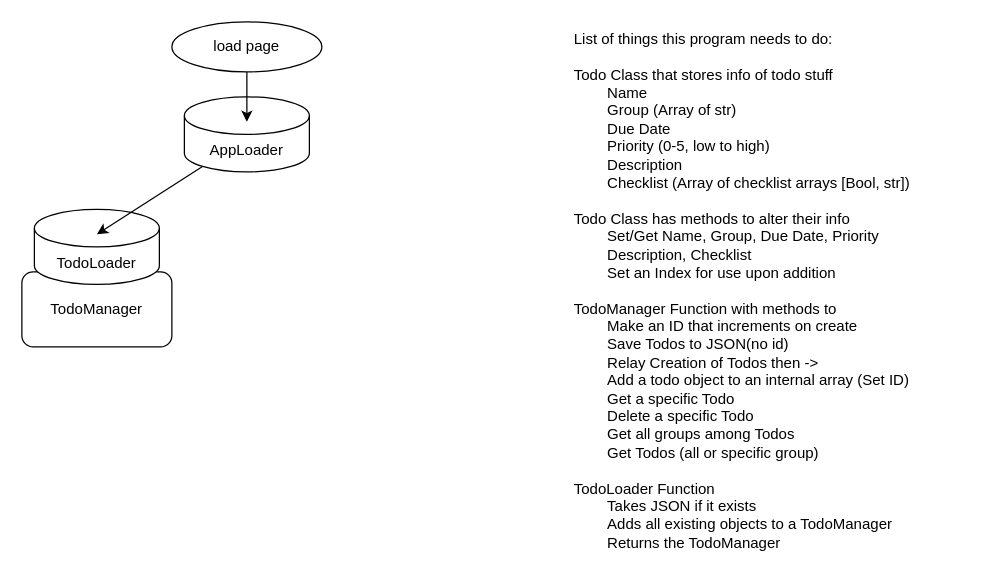
Above: plan.drawio in Larrys-code/To-Do-Project (draw.io), before the change. Source tidied: cells renumbered, new cells numbered last; positions are measured from the earlier drawing's top-left corner, leaving out a move shared by most shapes. Both pictures are drawn from the tidied source at 125%, with x=0, y=0 at pixel (21, 21).
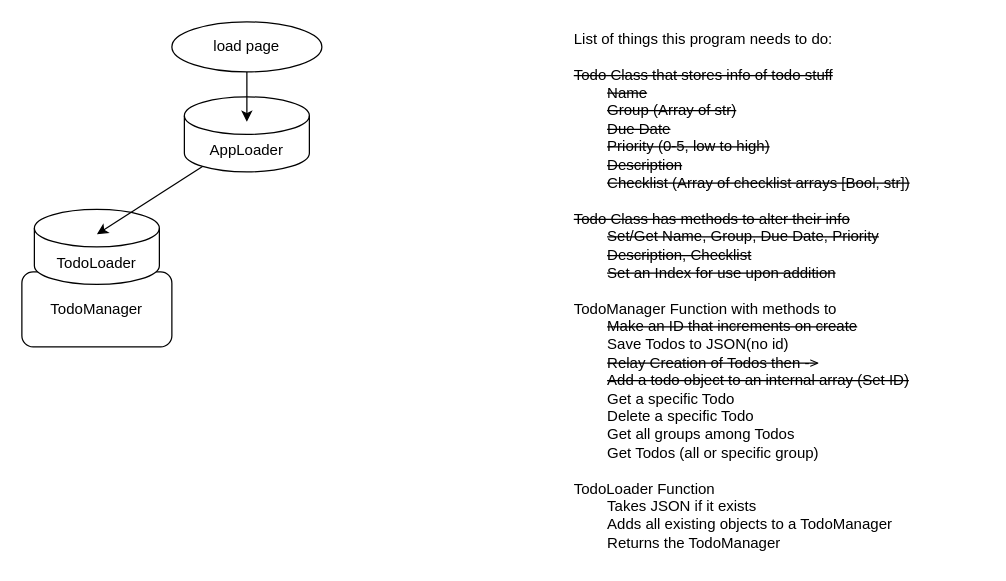
Above is the later version.

Commit message (it also covers changes not shown here):
Make ToDoManager module

Diff of the diagram source:
```diff
@@
 <mxGraphModel>
   <root>
     <mxCell id="0" />
     <mxCell id="1" parent="0" />
     <mxCell id="2" value="AppLoader" style="shape=cylinder3;whiteSpace=wrap;html=1;boundedLbl=1;backgroundOutline=1;size=15;fillColor=default;" parent="1" vertex="1">
       <mxGeometry x="130" y="60" width="100" height="60" as="geometry" />
     </mxCell>
     <mxCell id="3" value="TodoManager" style="rounded=1;whiteSpace=wrap;html=1;fillColor=default;" parent="1" vertex="1">
       <mxGeometry y="200" width="120" height="60" as="geometry" />
     </mxCell>
     <mxCell id="4" value="load page" style="ellipse;whiteSpace=wrap;html=1;" parent="1" vertex="1">
       <mxGeometry x="120" width="120" height="40" as="geometry" />
     </mxCell>
-    <mxCell id="5" value="List of things this program needs to do:&lt;br&gt;&lt;br&gt;&lt;div style=&quot;&quot;&gt;&lt;span style=&quot;background-color: initial;&quot;&gt;Todo Class that stores info of todo stuff&lt;/span&gt;&lt;/div&gt;&lt;div style=&quot;&quot;&gt;&lt;span style=&quot;background-color: initial;&quot;&gt;&lt;span style=&quot;&quot;&gt;&#9;&lt;/span&gt;&lt;span style=&quot;white-space: pre;&quot;&gt;&#9;&lt;/span&gt;Name&lt;br&gt;&lt;/span&gt;&lt;/div&gt;&lt;div style=&quot;&quot;&gt;&lt;span style=&quot;background-color: initial;&quot;&gt;&lt;span style=&quot;&quot;&gt;&#9;&lt;/span&gt;&lt;span style=&quot;white-space: pre;&quot;&gt;&#9;&lt;/span&gt;Group (Array of str)&lt;br&gt;&lt;/span&gt;&lt;/div&gt;&lt;div style=&quot;&quot;&gt;&lt;span style=&quot;background-color: initial;&quot;&gt;&lt;span style=&quot;&quot;&gt;&#9;&lt;/span&gt;&lt;span style=&quot;white-space: pre;&quot;&gt;&#9;&lt;/span&gt;Due Date&lt;br&gt;&lt;/span&gt;&lt;/div&gt;&lt;div style=&quot;&quot;&gt;&lt;span style=&quot;background-color: initial;&quot;&gt;&lt;span style=&quot;&quot;&gt;&#9;&lt;/span&gt;&lt;span style=&quot;white-space: pre;&quot;&gt;&#9;&lt;/span&gt;Priority (0-5, low to high)&lt;br&gt;&lt;/span&gt;&lt;/div&gt;&lt;div style=&quot;&quot;&gt;&lt;/div&gt;&lt;div style=&quot;&quot;&gt;&lt;span style=&quot;background-color: initial;&quot;&gt;&lt;span style=&quot;&quot;&gt;&#9;&lt;/span&gt;&lt;span style=&quot;white-space: pre;&quot;&gt;&#9;&lt;/span&gt;Description&lt;br&gt;&lt;/span&gt;&lt;/div&gt;&lt;div style=&quot;&quot;&gt;&lt;span style=&quot;background-color: initial;&quot;&gt;&lt;span style=&quot;&quot;&gt;&#9;&lt;/span&gt;&lt;span style=&quot;white-space: pre;&quot;&gt;&#9;&lt;/span&gt;Checklist (Array of checklist arrays [Bool, str])&lt;br&gt;&lt;/span&gt;&lt;/div&gt;&lt;div style=&quot;&quot;&gt;&lt;span style=&quot;background-color: initial;&quot;&gt;&lt;span style=&quot;&quot;&gt;&#9;&lt;/span&gt;&lt;br&gt;&lt;/span&gt;&lt;/div&gt;&lt;div style=&quot;&quot;&gt;&lt;span style=&quot;background-color: initial;&quot;&gt;Todo Class has methods to alter their info&lt;/span&gt;&lt;/div&gt;&lt;div style=&quot;&quot;&gt;&lt;span style=&quot;background-color: initial;&quot;&gt;&lt;span style=&quot;&quot;&gt;&#9;&lt;/span&gt;&lt;span style=&quot;white-space: pre;&quot;&gt;&#9;&lt;/span&gt;Set/Get Name, Group, Due Date, Priority&lt;br&gt;&lt;/span&gt;&lt;/div&gt;&lt;div style=&quot;&quot;&gt;&lt;span style=&quot;background-color: initial;&quot;&gt;&lt;span style=&quot;&quot;&gt;&#9;&lt;/span&gt;&lt;span style=&quot;&quot;&gt;&#9;&lt;/span&gt;&lt;span style=&quot;white-space: pre;&quot;&gt;&#9;&lt;/span&gt;Description, Checklist&lt;br&gt;&lt;/span&gt;&lt;/div&gt;&lt;div style=&quot;&quot;&gt;&lt;span style=&quot;background-color: initial;&quot;&gt;&lt;span style=&quot;white-space: pre;&quot;&gt;&#9;&lt;/span&gt;Set an Index for use upon addition&lt;br&gt;&lt;/span&gt;&lt;/div&gt;&lt;div style=&quot;&quot;&gt;&lt;br&gt;&lt;/div&gt;&lt;div style=&quot;&quot;&gt;&lt;span style=&quot;background-color: initial;&quot;&gt;TodoManager Function with methods to&lt;/span&gt;&lt;/div&gt;&lt;div style=&quot;&quot;&gt;&lt;span style=&quot;background-color: initial;&quot;&gt;&lt;span style=&quot;white-space: pre;&quot;&gt;&#9;&lt;/span&gt;Make an ID that increments on create&lt;br&gt;&lt;/span&gt;&lt;/div&gt;&lt;div style=&quot;&quot;&gt;&lt;span style=&quot;white-space: pre;&quot;&gt;&#9;&lt;/span&gt;Save Todos to JSON(no id)&lt;br&gt;&lt;/div&gt;&lt;div style=&quot;&quot;&gt;&lt;span style=&quot;background-color: initial;&quot;&gt;&lt;span style=&quot;white-space: pre;&quot;&gt;&#9;&lt;/span&gt;Relay Creation of Todos then -&amp;gt;&lt;br&gt;&lt;/span&gt;&lt;/div&gt;&lt;div style=&quot;&quot;&gt;&lt;span style=&quot;background-color: initial;&quot;&gt;&lt;span style=&quot;&quot;&gt;&#9;&lt;/span&gt;&lt;span style=&quot;white-space: pre;&quot;&gt;&#9;&lt;/span&gt;Add a todo object to an internal array (Set ID)&lt;/span&gt;&lt;/div&gt;&lt;div style=&quot;&quot;&gt;&lt;span style=&quot;background-color: initial;&quot;&gt;&lt;span style=&quot;white-space: pre;&quot;&gt;&#9;&lt;/span&gt;Get a specific Todo&lt;br&gt;&lt;/span&gt;&lt;/div&gt;&lt;div style=&quot;&quot;&gt;&lt;span style=&quot;background-color: initial;&quot;&gt;&lt;span style=&quot;white-space: pre;&quot;&gt;&#9;&lt;/span&gt;Delete a specific Todo&lt;br&gt;&lt;/span&gt;&lt;/div&gt;&lt;div style=&quot;&quot;&gt;&lt;span style=&quot;background-color: initial;&quot;&gt;&lt;span style=&quot;white-space: pre;&quot;&gt;&#9;&lt;/span&gt;Get all groups among Todos&lt;br&gt;&lt;/span&gt;&lt;/div&gt;&lt;div style=&quot;&quot;&gt;&lt;/div&gt;&lt;div style=&quot;&quot;&gt;&lt;span style=&quot;background-color: initial;&quot;&gt;&lt;span style=&quot;white-space: pre;&quot;&gt;&#9;&lt;/span&gt;Get Todos (all or specific group)&lt;/span&gt;&lt;span style=&quot;background-color: initial; white-space: pre;&quot;&gt;&#9;&lt;/span&gt;&lt;/div&gt;&lt;div style=&quot;&quot;&gt;&lt;br&gt;&lt;/div&gt;&lt;div style=&quot;&quot;&gt;TodoLoader Function&lt;/div&gt;&lt;div style=&quot;&quot;&gt;&lt;span style=&quot;white-space: pre;&quot;&gt;&#9;&lt;/span&gt;Takes JSON if it exists&lt;br&gt;&lt;/div&gt;&lt;div style=&quot;&quot;&gt;&lt;span style=&quot;white-space: pre;&quot;&gt;&#9;&lt;/span&gt;Adds all existing objects to a TodoManager&lt;br&gt;&lt;/div&gt;&lt;div style=&quot;&quot;&gt;&lt;span style=&quot;white-space: pre;&quot;&gt;&#9;&lt;/span&gt;Returns the TodoManager&lt;br&gt;&lt;/div&gt;" style="text;strokeColor=none;align=left;fillColor=none;html=1;verticalAlign=middle;whiteSpace=wrap;rounded=0;" parent="1" vertex="1">
+    <mxCell id="5" value="List of things this program needs to do:&lt;br&gt;&lt;br&gt;&lt;div style=&quot;&quot;&gt;&lt;span style=&quot;background-color: initial;&quot;&gt;&lt;strike&gt;Todo Class that stores info of todo stuff&lt;/strike&gt;&lt;/span&gt;&lt;/div&gt;&lt;div style=&quot;&quot;&gt;&lt;span style=&quot;background-color: initial;&quot;&gt;&lt;strike&gt;&lt;span style=&quot;&quot;&gt;&#9;&lt;/span&gt;&lt;span style=&quot;white-space: pre;&quot;&gt;&#9;&lt;/span&gt;Name&lt;br&gt;&lt;/strike&gt;&lt;/span&gt;&lt;/div&gt;&lt;div style=&quot;&quot;&gt;&lt;span style=&quot;background-color: initial;&quot;&gt;&lt;strike&gt;&lt;span style=&quot;&quot;&gt;&#9;&lt;/span&gt;&lt;span style=&quot;white-space: pre;&quot;&gt;&#9;&lt;/span&gt;Group (Array of str)&lt;br&gt;&lt;/strike&gt;&lt;/span&gt;&lt;/div&gt;&lt;div style=&quot;&quot;&gt;&lt;span style=&quot;background-color: initial;&quot;&gt;&lt;strike&gt;&lt;span style=&quot;&quot;&gt;&#9;&lt;/span&gt;&lt;span style=&quot;white-space: pre;&quot;&gt;&#9;&lt;/span&gt;Due Date&lt;br&gt;&lt;/strike&gt;&lt;/span&gt;&lt;/div&gt;&lt;div style=&quot;&quot;&gt;&lt;span style=&quot;background-color: initial;&quot;&gt;&lt;strike&gt;&lt;span style=&quot;&quot;&gt;&#9;&lt;/span&gt;&lt;span style=&quot;white-space: pre;&quot;&gt;&#9;&lt;/span&gt;Priority (0-5, low to high)&lt;br&gt;&lt;/strike&gt;&lt;/span&gt;&lt;/div&gt;&lt;div style=&quot;&quot;&gt;&lt;/div&gt;&lt;div style=&quot;&quot;&gt;&lt;span style=&quot;background-color: initial;&quot;&gt;&lt;strike&gt;&lt;span style=&quot;&quot;&gt;&#9;&lt;/span&gt;&lt;span style=&quot;white-space: pre;&quot;&gt;&#9;&lt;/span&gt;Description&lt;br&gt;&lt;/strike&gt;&lt;/span&gt;&lt;/div&gt;&lt;div style=&quot;&quot;&gt;&lt;span style=&quot;background-color: initial;&quot;&gt;&lt;strike&gt;&lt;span style=&quot;&quot;&gt;&#9;&lt;/span&gt;&lt;span style=&quot;white-space: pre;&quot;&gt;&#9;&lt;/span&gt;Checklist (Array of checklist arrays [Bool, str])&lt;/strike&gt;&lt;br&gt;&lt;/span&gt;&lt;/div&gt;&lt;div style=&quot;&quot;&gt;&lt;span style=&quot;background-color: initial;&quot;&gt;&lt;span style=&quot;&quot;&gt;&#9;&lt;/span&gt;&lt;br&gt;&lt;/span&gt;&lt;/div&gt;&lt;div style=&quot;&quot;&gt;&lt;span style=&quot;background-color: initial;&quot;&gt;&lt;strike&gt;Todo Class has methods to alter their info&lt;/strike&gt;&lt;/span&gt;&lt;/div&gt;&lt;div style=&quot;&quot;&gt;&lt;span style=&quot;background-color: initial;&quot;&gt;&lt;strike&gt;&lt;span style=&quot;&quot;&gt;&#9;&lt;/span&gt;&lt;span style=&quot;white-space: pre;&quot;&gt;&#9;&lt;/span&gt;Set/Get Name, Group, Due Date, Priority&lt;br&gt;&lt;/strike&gt;&lt;/span&gt;&lt;/div&gt;&lt;div style=&quot;&quot;&gt;&lt;span style=&quot;background-color: initial;&quot;&gt;&lt;strike&gt;&lt;span style=&quot;&quot;&gt;&#9;&lt;/span&gt;&lt;span style=&quot;&quot;&gt;&#9;&lt;/span&gt;&lt;span style=&quot;white-space: pre;&quot;&gt;&#9;&lt;/span&gt;Description, Checklist&lt;br&gt;&lt;/strike&gt;&lt;/span&gt;&lt;/div&gt;&lt;div style=&quot;&quot;&gt;&lt;span style=&quot;background-color: initial;&quot;&gt;&lt;strike&gt;&lt;span style=&quot;white-space: pre;&quot;&gt;&#9;&lt;/span&gt;Set an Index for use upon addition&lt;/strike&gt;&lt;br&gt;&lt;/span&gt;&lt;/div&gt;&lt;div style=&quot;&quot;&gt;&lt;br&gt;&lt;/div&gt;&lt;div style=&quot;&quot;&gt;&lt;span style=&quot;background-color: initial;&quot;&gt;TodoManager Function with methods to&lt;/span&gt;&lt;/div&gt;&lt;div style=&quot;&quot;&gt;&lt;span style=&quot;background-color: initial;&quot;&gt;&lt;span style=&quot;white-space: pre;&quot;&gt;&#9;&lt;/span&gt;&lt;strike&gt;Make an ID that increments on create&lt;/strike&gt;&lt;br&gt;&lt;/span&gt;&lt;/div&gt;&lt;div style=&quot;&quot;&gt;&lt;span style=&quot;white-space: pre;&quot;&gt;&#9;&lt;/span&gt;Save Todos to JSON(no id)&lt;br&gt;&lt;/div&gt;&lt;div style=&quot;&quot;&gt;&lt;span style=&quot;background-color: initial;&quot;&gt;&lt;span style=&quot;white-space: pre;&quot;&gt;&#9;&lt;/span&gt;&lt;strike&gt;Relay Creation of Todos then -&amp;gt;&lt;br&gt;&lt;/strike&gt;&lt;/span&gt;&lt;/div&gt;&lt;div style=&quot;&quot;&gt;&lt;span style=&quot;background-color: initial;&quot;&gt;&lt;strike&gt;&lt;span style=&quot;&quot;&gt;&#9;&lt;/span&gt;&lt;span style=&quot;white-space: pre;&quot;&gt;&#9;&lt;/span&gt;Add a todo object to an internal array (Set ID)&lt;/strike&gt;&lt;/span&gt;&lt;/div&gt;&lt;div style=&quot;&quot;&gt;&lt;span style=&quot;background-color: initial;&quot;&gt;&lt;span style=&quot;white-space: pre;&quot;&gt;&#9;&lt;/span&gt;Get a specific Todo&lt;br&gt;&lt;/span&gt;&lt;/div&gt;&lt;div style=&quot;&quot;&gt;&lt;span style=&quot;background-color: initial;&quot;&gt;&lt;span style=&quot;white-space: pre;&quot;&gt;&#9;&lt;/span&gt;Delete a specific Todo&lt;br&gt;&lt;/span&gt;&lt;/div&gt;&lt;div style=&quot;&quot;&gt;&lt;span style=&quot;background-color: initial;&quot;&gt;&lt;span style=&quot;white-space: pre;&quot;&gt;&#9;&lt;/span&gt;Get all groups among Todos&lt;br&gt;&lt;/span&gt;&lt;/div&gt;&lt;div style=&quot;&quot;&gt;&lt;/div&gt;&lt;div style=&quot;&quot;&gt;&lt;span style=&quot;background-color: initial;&quot;&gt;&lt;span style=&quot;white-space: pre;&quot;&gt;&#9;&lt;/span&gt;Get Todos (all or specific group)&lt;/span&gt;&lt;span style=&quot;background-color: initial; white-space: pre;&quot;&gt;&#9;&lt;/span&gt;&lt;/div&gt;&lt;div style=&quot;&quot;&gt;&lt;br&gt;&lt;/div&gt;&lt;div style=&quot;&quot;&gt;TodoLoader Function&lt;/div&gt;&lt;div style=&quot;&quot;&gt;&lt;span style=&quot;white-space: pre;&quot;&gt;&#9;&lt;/span&gt;Takes JSON if it exists&lt;br&gt;&lt;/div&gt;&lt;div style=&quot;&quot;&gt;&lt;span style=&quot;white-space: pre;&quot;&gt;&#9;&lt;/span&gt;Adds all existing objects to a TodoManager&lt;br&gt;&lt;/div&gt;&lt;div style=&quot;&quot;&gt;&lt;span style=&quot;white-space: pre;&quot;&gt;&#9;&lt;/span&gt;Returns the TodoManager&lt;br&gt;&lt;/div&gt;" style="text;strokeColor=none;align=left;fillColor=none;html=1;verticalAlign=middle;whiteSpace=wrap;rounded=0;" parent="1" vertex="1">
       <mxGeometry x="440" width="330" height="430" as="geometry" />
     </mxCell>
     <mxCell id="6" value="TodoLoader" style="shape=cylinder3;whiteSpace=wrap;html=1;boundedLbl=1;backgroundOutline=1;size=15;fillColor=default;" parent="1" vertex="1">
       <mxGeometry x="10" y="150" width="100" height="60" as="geometry" />
     </mxCell>
     <mxCell id="7" style="edgeStyle=none;html=1;startArrow=none;" parent="1" edge="1" source="2">
       <mxGeometry relative="1" as="geometry">
         <mxPoint x="180" y="80" as="targetPoint" />
       </mxGeometry>
     </mxCell>
     <mxCell id="8" style="edgeStyle=none;html=1;endArrow=none;" parent="1" edge="1" source="4" target="2">
       <mxGeometry relative="1" as="geometry" />
     </mxCell>
     <mxCell id="9" style="edgeStyle=none;html=1;exitX=0.145;exitY=1;exitDx=0;exitDy=-4.35;exitPerimeter=0;entryX=0.5;entryY=0.333;entryDx=0;entryDy=0;entryPerimeter=0;" parent="1" edge="1" source="2" target="6">
       <mxGeometry relative="1" as="geometry" />
     </mxCell>
   </root>
 </mxGraphModel>
```
